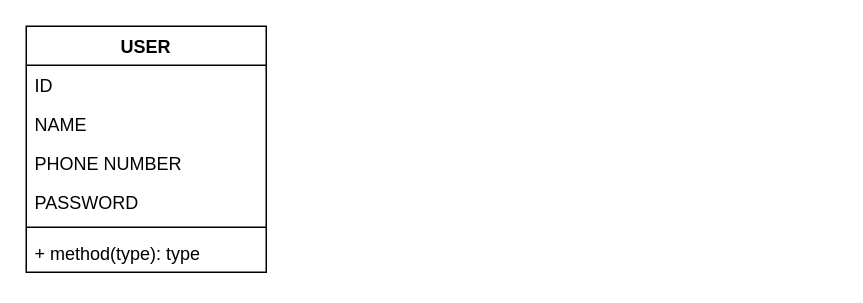
surajnaik90/Architectures-Designs keeps this draw.io diagram as Splitwise.drawio. Above is the earlier version. Source tidied: cells renumbered, new cells numbered last; positions are measured from the earlier drawing's top-left corner, leaving out a move shared by most shapes. Both pictures are drawn from the tidied source at 150%, with x=0, y=0 at pixel (26, 26).
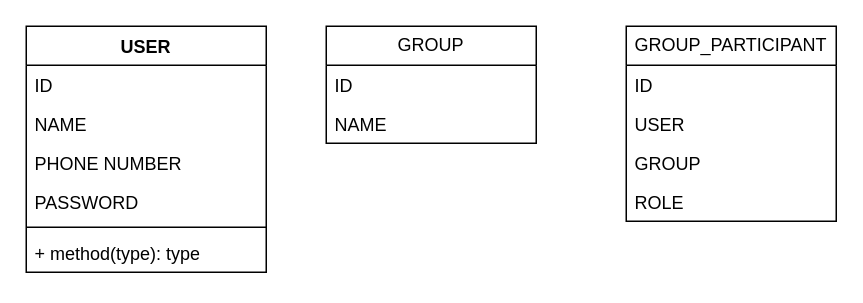
The same page after the edit.

Diff of the diagram source:
```diff
@@
 <mxGraphModel>
   <root>
     <mxCell id="0" />
     <mxCell id="1" parent="0" />
     <mxCell id="2" value="USER" style="swimlane;fontStyle=1;align=center;verticalAlign=top;horizontal=1;startSize=26;whiteSpace=wrap;html=1;" parent="1" vertex="1">
       <mxGeometry width="160" height="164" as="geometry" />
     </mxCell>
     <mxCell id="3" value="ID&lt;br&gt;" style="text;strokeColor=none;fillColor=none;align=left;verticalAlign=top;spacingLeft=4;spacingRight=4;overflow=hidden;whiteSpace=wrap;html=1;" parent="2" vertex="1">
       <mxGeometry y="26" width="160" height="26" as="geometry" />
     </mxCell>
     <mxCell id="4" value="NAME" style="text;strokeColor=none;fillColor=none;align=left;verticalAlign=top;spacingLeft=4;spacingRight=4;overflow=hidden;whiteSpace=wrap;html=1;" parent="2" vertex="1">
       <mxGeometry y="52" width="160" height="26" as="geometry" />
     </mxCell>
     <mxCell id="5" value="PHONE NUMBER" style="text;strokeColor=none;fillColor=none;align=left;verticalAlign=top;spacingLeft=4;spacingRight=4;overflow=hidden;whiteSpace=wrap;html=1;" parent="2" vertex="1">
       <mxGeometry y="78" width="160" height="26" as="geometry" />
     </mxCell>
     <mxCell id="6" value="PASSWORD" style="text;strokeColor=none;fillColor=none;align=left;verticalAlign=top;spacingLeft=4;spacingRight=4;overflow=hidden;whiteSpace=wrap;html=1;" parent="2" vertex="1">
       <mxGeometry y="104" width="160" height="26" as="geometry" />
     </mxCell>
     <mxCell id="7" style="line;strokeWidth=1;fillColor=none;align=left;verticalAlign=middle;spacingTop=-1;spacingLeft=3;spacingRight=3;labelPosition=right;strokeColor=inherit;" parent="2" vertex="1">
       <mxGeometry y="130" width="160" height="8" as="geometry" />
     </mxCell>
     <mxCell id="8" value="+ method(type): type" style="text;strokeColor=none;fillColor=none;align=left;verticalAlign=top;spacingLeft=4;spacingRight=4;overflow=hidden;whiteSpace=wrap;html=1;" parent="2" vertex="1">
       <mxGeometry y="138" width="160" height="26" as="geometry" />
     </mxCell>
+    <mxCell id="9" value="GROUP_PARTICIPANT" style="swimlane;fontStyle=0;horizontal=1;startSize=26;fillColor=none;whiteSpace=wrap;html=1;" parent="1" vertex="1">
+      <mxGeometry x="400" width="140" height="130" as="geometry" />
+    </mxCell>
+    <mxCell id="10" value="ID" style="text;strokeColor=none;fillColor=none;align=left;verticalAlign=top;spacingLeft=4;spacingRight=4;overflow=hidden;whiteSpace=wrap;html=1;" parent="9" vertex="1">
+      <mxGeometry y="26" width="140" height="26" as="geometry" />
+    </mxCell>
+    <mxCell id="11" value="USER" style="text;strokeColor=none;fillColor=none;align=left;verticalAlign=top;spacingLeft=4;spacingRight=4;overflow=hidden;whiteSpace=wrap;html=1;" parent="9" vertex="1">
+      <mxGeometry y="52" width="140" height="26" as="geometry" />
+    </mxCell>
+    <mxCell id="12" value="GROUP" style="text;strokeColor=none;fillColor=none;align=left;verticalAlign=top;spacingLeft=4;spacingRight=4;overflow=hidden;whiteSpace=wrap;html=1;" parent="9" vertex="1">
+      <mxGeometry y="78" width="140" height="26" as="geometry" />
+    </mxCell>
+    <mxCell id="13" value="ROLE" style="text;strokeColor=none;fillColor=none;align=left;verticalAlign=top;spacingLeft=4;spacingRight=4;overflow=hidden;whiteSpace=wrap;html=1;" parent="9" vertex="1">
+      <mxGeometry y="104" width="140" height="26" as="geometry" />
+    </mxCell>
+    <mxCell id="14" value="GROUP" style="swimlane;fontStyle=0;horizontal=1;startSize=26;fillColor=none;whiteSpace=wrap;html=1;" parent="1" vertex="1">
+      <mxGeometry x="200" width="140" height="78" as="geometry" />
+    </mxCell>
+    <mxCell id="15" value="ID" style="text;strokeColor=none;fillColor=none;align=left;verticalAlign=top;spacingLeft=4;spacingRight=4;overflow=hidden;whiteSpace=wrap;html=1;" parent="14" vertex="1">
+      <mxGeometry y="26" width="140" height="26" as="geometry" />
+    </mxCell>
+    <mxCell id="16" value="NAME" style="text;strokeColor=none;fillColor=none;align=left;verticalAlign=top;spacingLeft=4;spacingRight=4;overflow=hidden;whiteSpace=wrap;html=1;" parent="14" vertex="1">
+      <mxGeometry y="52" width="140" height="26" as="geometry" />
+    </mxCell>
   </root>
 </mxGraphModel>
```
